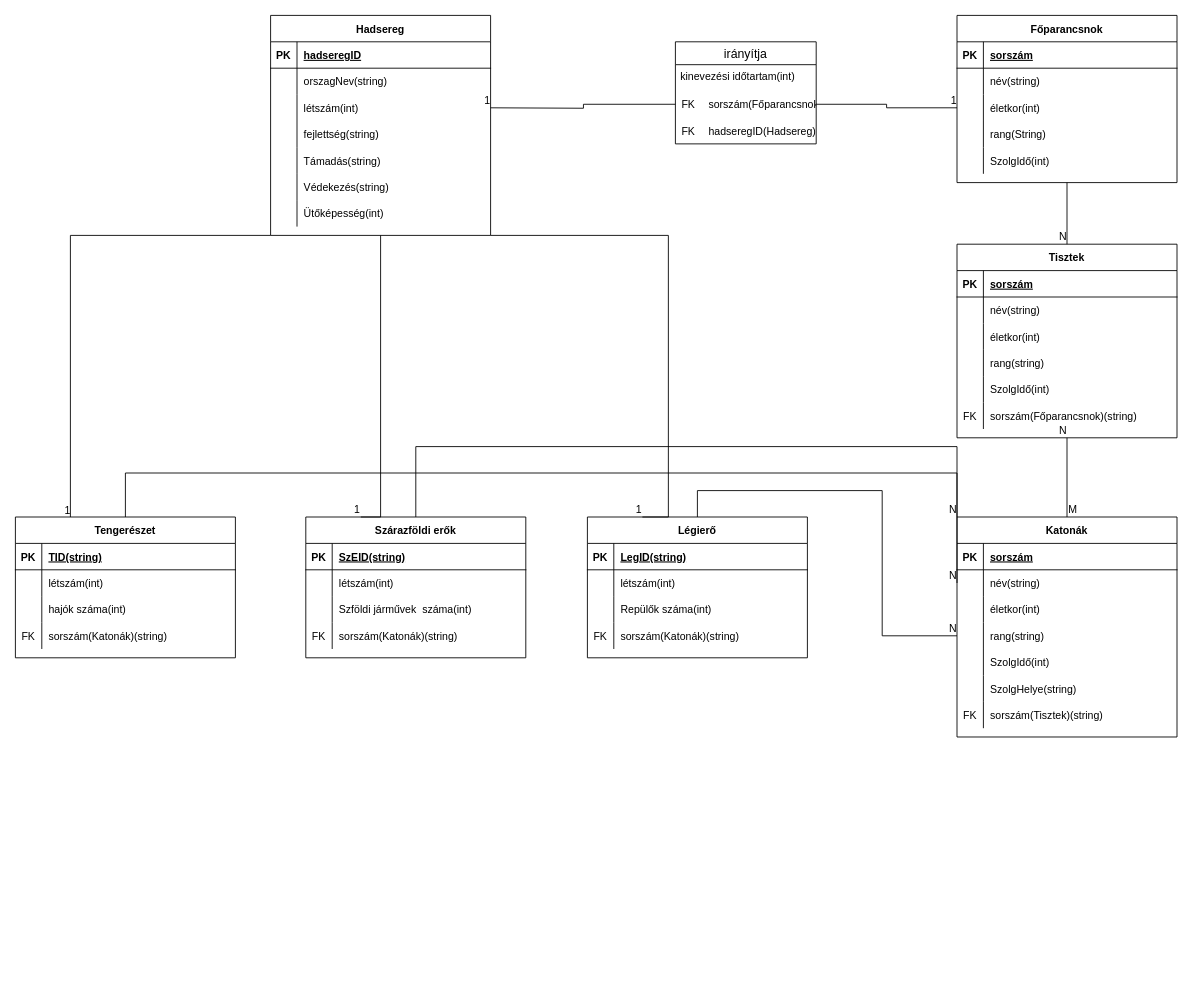
This is DBSemTaskHEPMIU/RMhepimu.drawio from urbanoliver/HEPMIU_DB1Gyak, a draw.io file, before an edit. Source tidied: cells renumbered, new cells numbered last; positions are measured from the earlier drawing's top-left corner, leaving out a move shared by most shapes. Both pictures are drawn from the tidied source at 88%, with x=0, y=0 at pixel (15, 15).
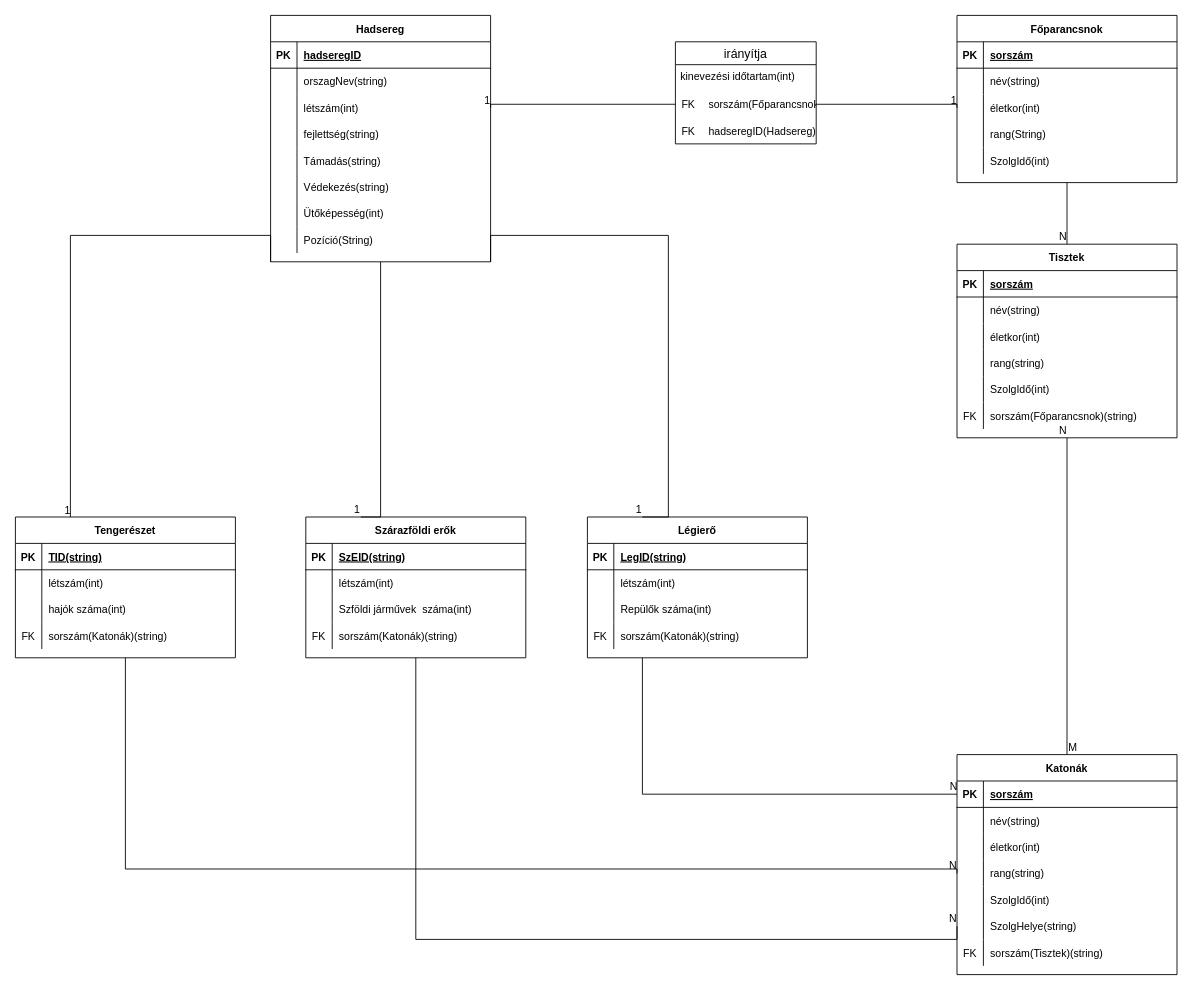
The same diagram, later.

Unchanged cells that the change refers to:
```xml
<mxCell id="9" style="shape=tableRow;horizontal=0;startSize=0;swimlaneHead=0;swimlaneBody=0;fillColor=none;points=[[0,0.5],[1,0.5]];portConstraint=eastwest;top=0;left=0;right=0;bottom=0;" parent="2" vertex="1">
  <mxGeometry y="90" width="250" height="30" as="geometry" />
</mxCell>
<mxCell id="60" style="shape=partialRectangle;fillColor=none;points=[[0,0.5],[1,0.5]];portConstraint=eastwest;top=0;left=0;right=0;bottom=1;" parent="59" vertex="1">
  <mxGeometry y="30" width="250" height="30" as="geometry" />
</mxCell>
<mxCell id="63" style="shape=partialRectangle;fillColor=none;points=[[0,0.5],[1,0.5]];portConstraint=eastwest;top=0;left=0;right=0;bottom=0;" parent="59" vertex="1">
  <mxGeometry y="60" width="250" height="30" as="geometry" />
</mxCell>
<mxCell id="69" style="shape=tableRow;horizontal=0;startSize=0;swimlaneHead=0;swimlaneBody=0;fillColor=none;points=[[0,0.5],[1,0.5]];portConstraint=eastwest;top=0;left=0;right=0;bottom=0;" parent="59" vertex="1">
  <mxGeometry y="120" width="250" height="30" as="geometry" />
</mxCell>
<mxCell id="75" style="shape=tableRow;horizontal=0;startSize=0;swimlaneHead=0;swimlaneBody=0;fillColor=none;points=[[0,0.5],[1,0.5]];portConstraint=eastwest;top=0;left=0;right=0;bottom=0;" parent="59" vertex="1">
  <mxGeometry y="180" width="250" height="30" as="geometry" />
</mxCell>
<mxCell id="81" value="Tengerészet" style="shape=table;startSize=30;childLayout=tableLayout;rowLines=0;fontStyle=1;align=center;" parent="1" vertex="1">
  <mxGeometry y="570" width="250" height="160" as="geometry" />
</mxCell>
<mxCell id="94" value="Szárazföldi erők" style="shape=table;startSize=30;childLayout=tableLayout;rowLines=0;fontStyle=1;align=center;" parent="1" vertex="1">
  <mxGeometry x="330" y="570" width="250" height="160" as="geometry" />
</mxCell>
<mxCell id="107" value="Légierő" style="shape=table;startSize=30;childLayout=tableLayout;rowLines=0;fontStyle=1;align=center;" parent="1" vertex="1">
  <mxGeometry x="650" y="570" width="250" height="160" as="geometry" />
</mxCell>
<mxCell id="123" style="shape=tableRow;horizontal=0;startSize=0;swimlaneHead=0;swimlaneBody=0;fillColor=none;points=[[0,0.5],[1,0.5]];portConstraint=eastwest;top=0;left=0;right=0;bottom=0;" parent="122" vertex="1">
  <mxGeometry width="160" height="30" as="geometry" />
</mxCell>
```

What changed in the source:
```diff
@@
     <mxCell id="18" value="Hadsereg" style="shape=table;startSize=30;childLayout=tableLayout;rowLines=0;fontStyle=1;align=center;" parent="1" vertex="1">
-      <mxGeometry x="290" width="250" height="250" as="geometry" />
+      <mxGeometry x="290" width="250" height="280" as="geometry" />
     </mxCell>
@@
+    <mxCell id="150" style="shape=tableRow;horizontal=0;startSize=0;swimlaneHead=0;swimlaneBody=0;fillColor=none;top=0;left=0;right=0;bottom=0;" parent="18" vertex="1">
+      <mxGeometry y="240" width="250" height="30" as="geometry" />
+    </mxCell>
+    <mxCell id="151" style="shape=partialRectangle;fillColor=none;top=0;left=0;bottom=0;right=0;overflow=hidden;" parent="150" vertex="1">
+      <mxGeometry width="30" height="30" as="geometry" />
+    </mxCell>
+    <mxCell id="152" value="Pozíció(String)" style="shape=partialRectangle;fillColor=none;top=0;left=0;bottom=0;right=0;align=left;spacingLeft=6;overflow=hidden;" parent="150" vertex="1">
+      <mxGeometry x="30" width="220" height="30" as="geometry" />
+    </mxCell>
@@
     <mxCell id="59" value="Katonák" style="shape=table;startSize=30;childLayout=tableLayout;rowLines=0;fontStyle=1;align=center;" parent="1" vertex="1">
-      <mxGeometry x="1070" y="570" width="250" height="250" as="geometry" />
+      <mxGeometry x="1070" y="840" width="250" height="250" as="geometry" />
     </mxCell>
@@
     <mxCell id="129" style="endArrow=none;html=1;rounded=0;exitX=0;exitY=0.5;exitDx=0;exitDy=0;edgeStyle=orthogonalEdgeStyle;" parent="1" edge="1" source="123">
       <mxGeometry relative="1" as="geometry">
         <mxPoint x="540" y="105" as="targetPoint" />
+        <Array as="points">
+          <mxPoint x="540" y="101" />
+        </Array>
       </mxGeometry>
     </mxCell>
@@
     <mxCell id="131" style="endArrow=none;html=1;rounded=0;exitX=1;exitY=0.5;exitDx=0;exitDy=0;entryX=0;entryY=0.5;entryDx=0;entryDy=0;edgeStyle=orthogonalEdgeStyle;" parent="1" edge="1" source="123" target="9">
-      <mxGeometry relative="1" as="geometry" />
+      <mxGeometry relative="1" as="geometry">
+        <Array as="points">
+          <mxPoint x="1070" y="101" />
+        </Array>
+      </mxGeometry>
     </mxCell>
@@
-    <mxCell id="138" style="endArrow=none;html=1;rounded=0;entryX=0;entryY=0.5;entryDx=0;entryDy=0;exitX=0.5;exitY=0;exitDx=0;exitDy=0;edgeStyle=orthogonalEdgeStyle;" parent="1" edge="1" source="107" target="69">
+    <mxCell id="138" style="endArrow=none;html=1;rounded=0;entryX=0;entryY=0.5;entryDx=0;entryDy=0;exitX=0.25;exitY=1;exitDx=0;exitDy=0;edgeStyle=orthogonalEdgeStyle;" parent="1" edge="1" source="107" target="60">
       <mxGeometry relative="1" as="geometry">
         <Array as="points">
-          <mxPoint x="775" y="540" />
-          <mxPoint x="985" y="540" />
-          <mxPoint x="985" y="705" />
+          <mxPoint x="713" y="885" />
         </Array>
       </mxGeometry>
     </mxCell>
@@
-    <mxCell id="140" style="endArrow=none;html=1;rounded=0;entryX=0;entryY=0.5;entryDx=0;entryDy=0;exitX=0.5;exitY=0;exitDx=0;exitDy=0;edgeStyle=orthogonalEdgeStyle;" parent="1" edge="1" source="94" target="63">
+    <mxCell id="140" style="endArrow=none;html=1;rounded=0;entryX=0;entryY=0.5;entryDx=0;entryDy=0;edgeStyle=orthogonalEdgeStyle;exitX=0.5;exitY=1;exitDx=0;exitDy=0;" parent="1" edge="1" source="94" target="75">
       <mxGeometry relative="1" as="geometry">
         <Array as="points">
-          <mxPoint x="455" y="490" />
-          <mxPoint x="1070" y="490" />
+          <mxPoint x="455" y="1050" />
+          <mxPoint x="1070" y="1050" />
         </Array>
       </mxGeometry>
     </mxCell>
@@
-    <mxCell id="142" style="endArrow=none;html=1;rounded=0;entryX=0;entryY=0;entryDx=0;entryDy=0;exitX=0.5;exitY=0;exitDx=0;exitDy=0;edgeStyle=orthogonalEdgeStyle;" parent="1" edge="1" source="81" target="59">
+    <mxCell id="142" style="endArrow=none;html=1;rounded=0;entryX=0;entryY=0.5;entryDx=0;entryDy=0;exitX=0.5;exitY=1;exitDx=0;exitDy=0;edgeStyle=orthogonalEdgeStyle;" parent="1" edge="1" source="81" target="69">
       <mxGeometry relative="1" as="geometry">
         <Array as="points">
-          <mxPoint x="125" y="520" />
-          <mxPoint x="1070" y="520" />
+          <mxPoint x="125" y="970" />
+          <mxPoint x="1070" y="970" />
         </Array>
       </mxGeometry>
     </mxCell>
```
